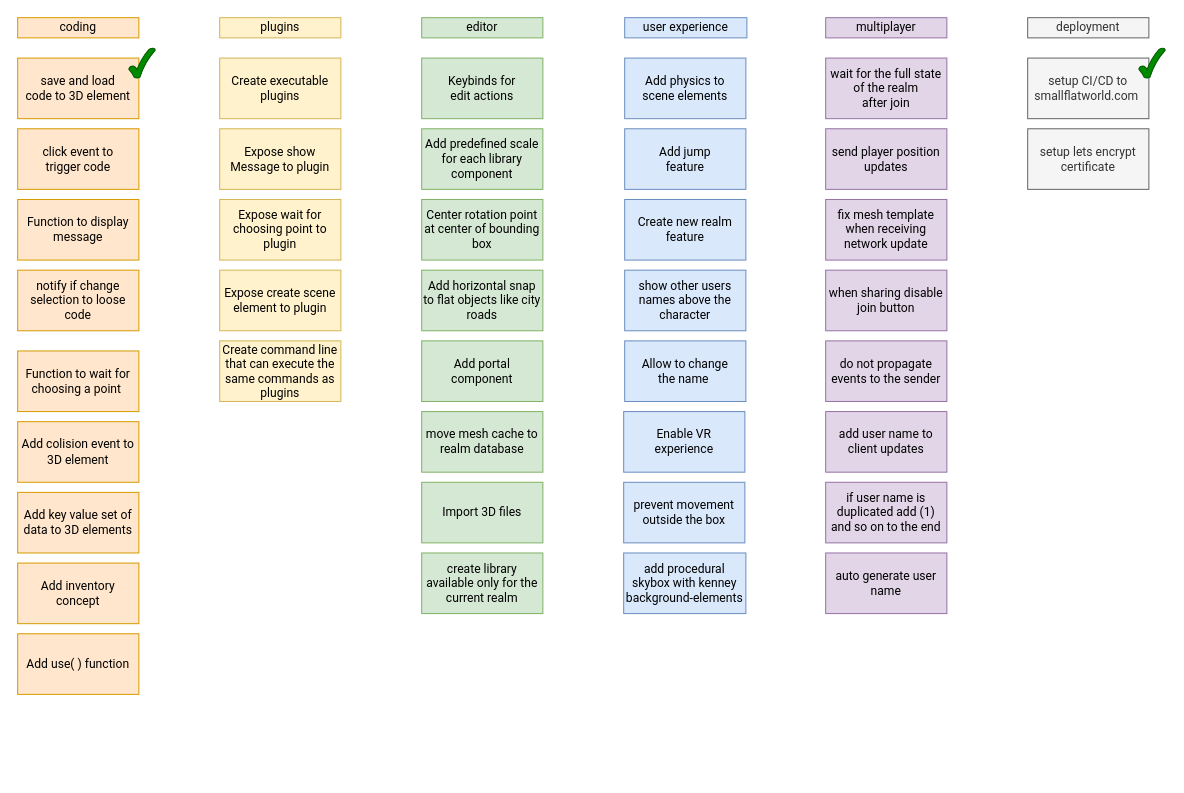
Earlier version of the draw.io diagram small-flat-world-roadmap.drawio (hamilton-lima/smallflatworld). Source tidied: cells renumbered, new cells numbered last; positions are measured from the earlier drawing's top-left corner, leaving out a move shared by most shapes. Both pictures are drawn from the tidied source at 101%, with x=0, y=0 at pixel (17, 17).
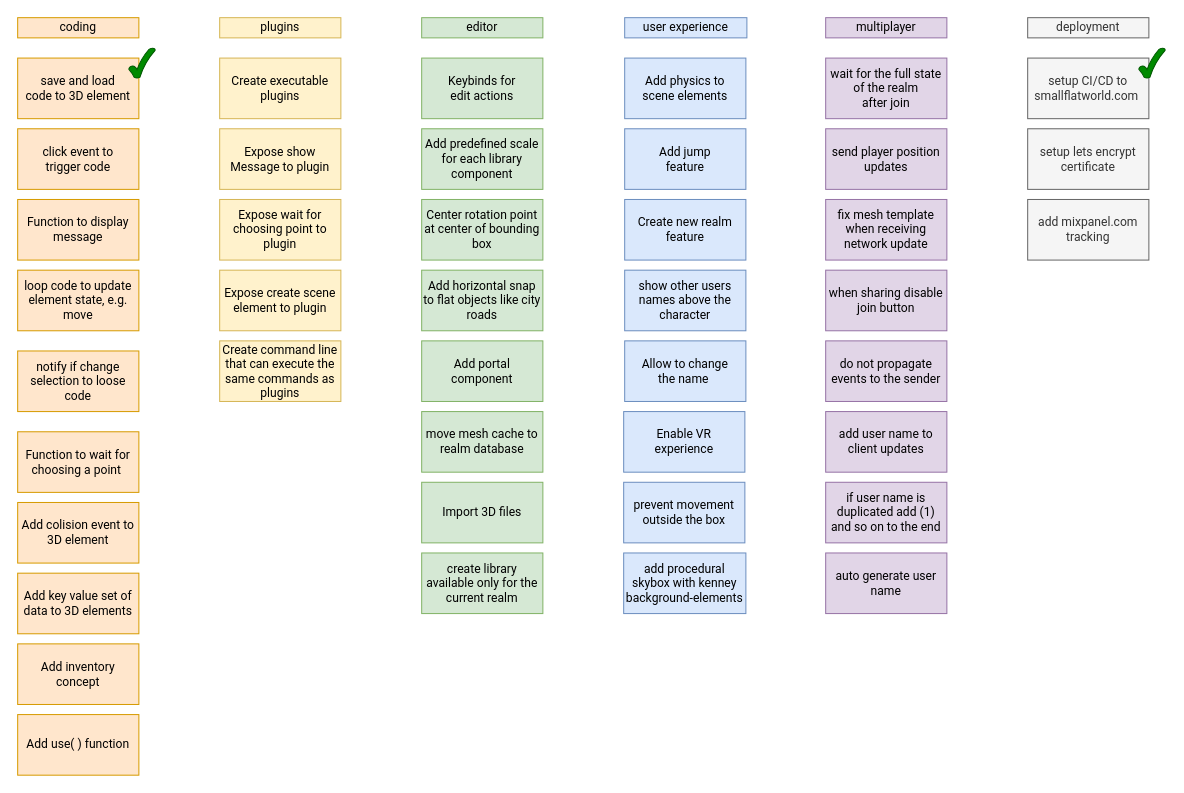
After the change.

Change to the diagram source:
```diff
@@
-    <mxCell id="4" value="Function to wait for choosing a point&amp;nbsp;" style="rounded=0;whiteSpace=wrap;html=1;fontFamily=Roboto;fillColor=#ffe6cc;strokeColor=#d79b00;" parent="1" vertex="1">
-      <mxGeometry y="330" width="120" height="60" as="geometry" />
-    </mxCell>
@@
     <mxCell id="22" value="Add key value set of data to 3D elements" style="rounded=0;whiteSpace=wrap;html=1;fontFamily=Roboto;fillColor=#ffe6cc;strokeColor=#d79b00;" parent="1" vertex="1">
-      <mxGeometry y="470" width="120" height="60" as="geometry" />
+      <mxGeometry y="550" width="120" height="60" as="geometry" />
     </mxCell>
     <mxCell id="23" value="Add colision event to 3D element" style="rounded=0;whiteSpace=wrap;html=1;fontFamily=Roboto;fillColor=#ffe6cc;strokeColor=#d79b00;" parent="1" vertex="1">
-      <mxGeometry y="400" width="120" height="60" as="geometry" />
+      <mxGeometry y="480" width="120" height="60" as="geometry" />
     </mxCell>
@@
     <mxCell id="41" value="Add inventory concept" style="rounded=0;whiteSpace=wrap;html=1;fontFamily=Roboto;fillColor=#ffe6cc;strokeColor=#d79b00;" parent="1" vertex="1">
-      <mxGeometry y="540" width="120" height="60" as="geometry" />
+      <mxGeometry y="620" width="120" height="60" as="geometry" />
     </mxCell>
     <mxCell id="42" value="Add use( ) function" style="rounded=0;whiteSpace=wrap;html=1;fontFamily=Roboto;fillColor=#ffe6cc;strokeColor=#d79b00;" parent="1" vertex="1">
-      <mxGeometry y="610" width="120" height="60" as="geometry" />
+      <mxGeometry y="690" width="120" height="60" as="geometry" />
     </mxCell>
@@
-    <mxCell id="44" value="notify if change selection to loose code" style="rounded=0;whiteSpace=wrap;html=1;fontFamily=Roboto;fillColor=#ffe6cc;strokeColor=#d79b00;" parent="1" vertex="1">
-      <mxGeometry y="250" width="120" height="60" as="geometry" />
-    </mxCell>
@@
+    <mxCell id="50" value="add mixpanel.com&lt;br&gt;tracking" style="rounded=0;whiteSpace=wrap;html=1;fontFamily=Roboto;fillColor=#f5f5f5;strokeColor=#666666;fontColor=#333333;" parent="1" vertex="1">
+      <mxGeometry x="1000" y="180" width="120" height="60" as="geometry" />
+    </mxCell>
+    <mxCell id="51" value="loop code to update element state, e.g. move" style="rounded=0;whiteSpace=wrap;html=1;fontFamily=Roboto;fillColor=#ffe6cc;strokeColor=#d79b00;" parent="1" vertex="1">
+      <mxGeometry y="250" width="120" height="60" as="geometry" />
+    </mxCell>
+    <mxCell id="44" value="notify if change selection to loose code" style="rounded=0;whiteSpace=wrap;html=1;fontFamily=Roboto;fillColor=#ffe6cc;strokeColor=#d79b00;" parent="1" vertex="1">
+      <mxGeometry y="330" width="120" height="60" as="geometry" />
+    </mxCell>
+    <mxCell id="4" value="Function to wait for choosing a point&amp;nbsp;" style="rounded=0;whiteSpace=wrap;html=1;fontFamily=Roboto;fillColor=#ffe6cc;strokeColor=#d79b00;" parent="1" vertex="1">
+      <mxGeometry y="410" width="120" height="60" as="geometry" />
+    </mxCell>
```
